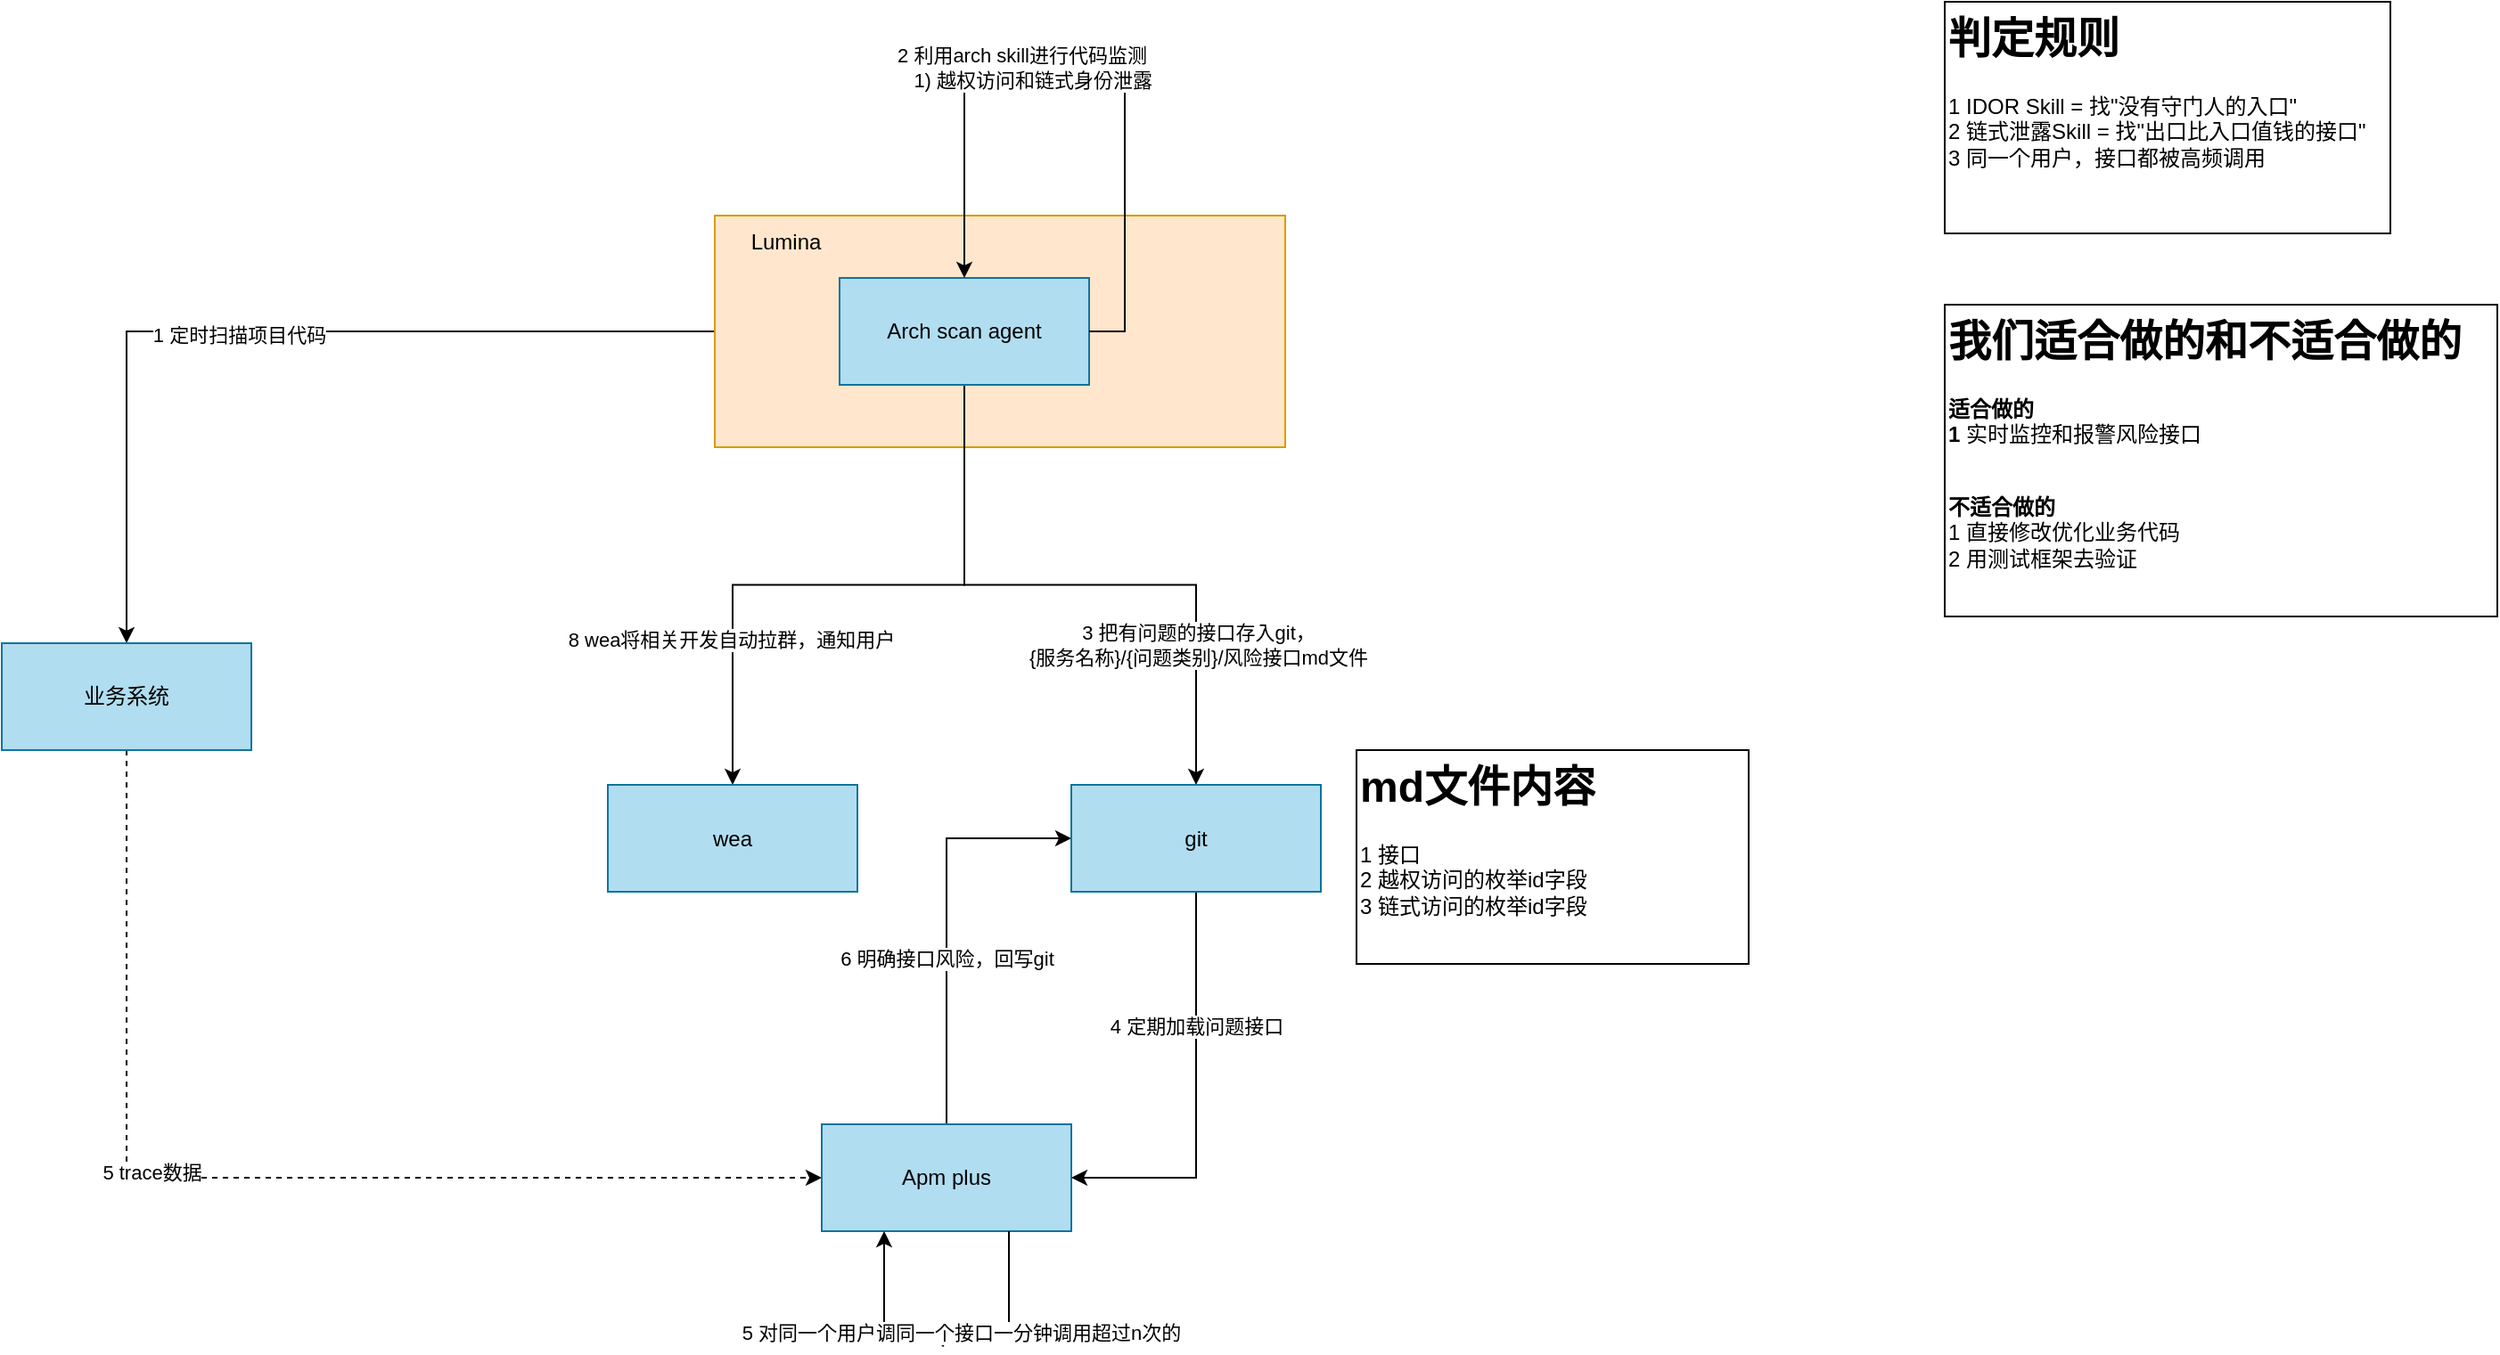
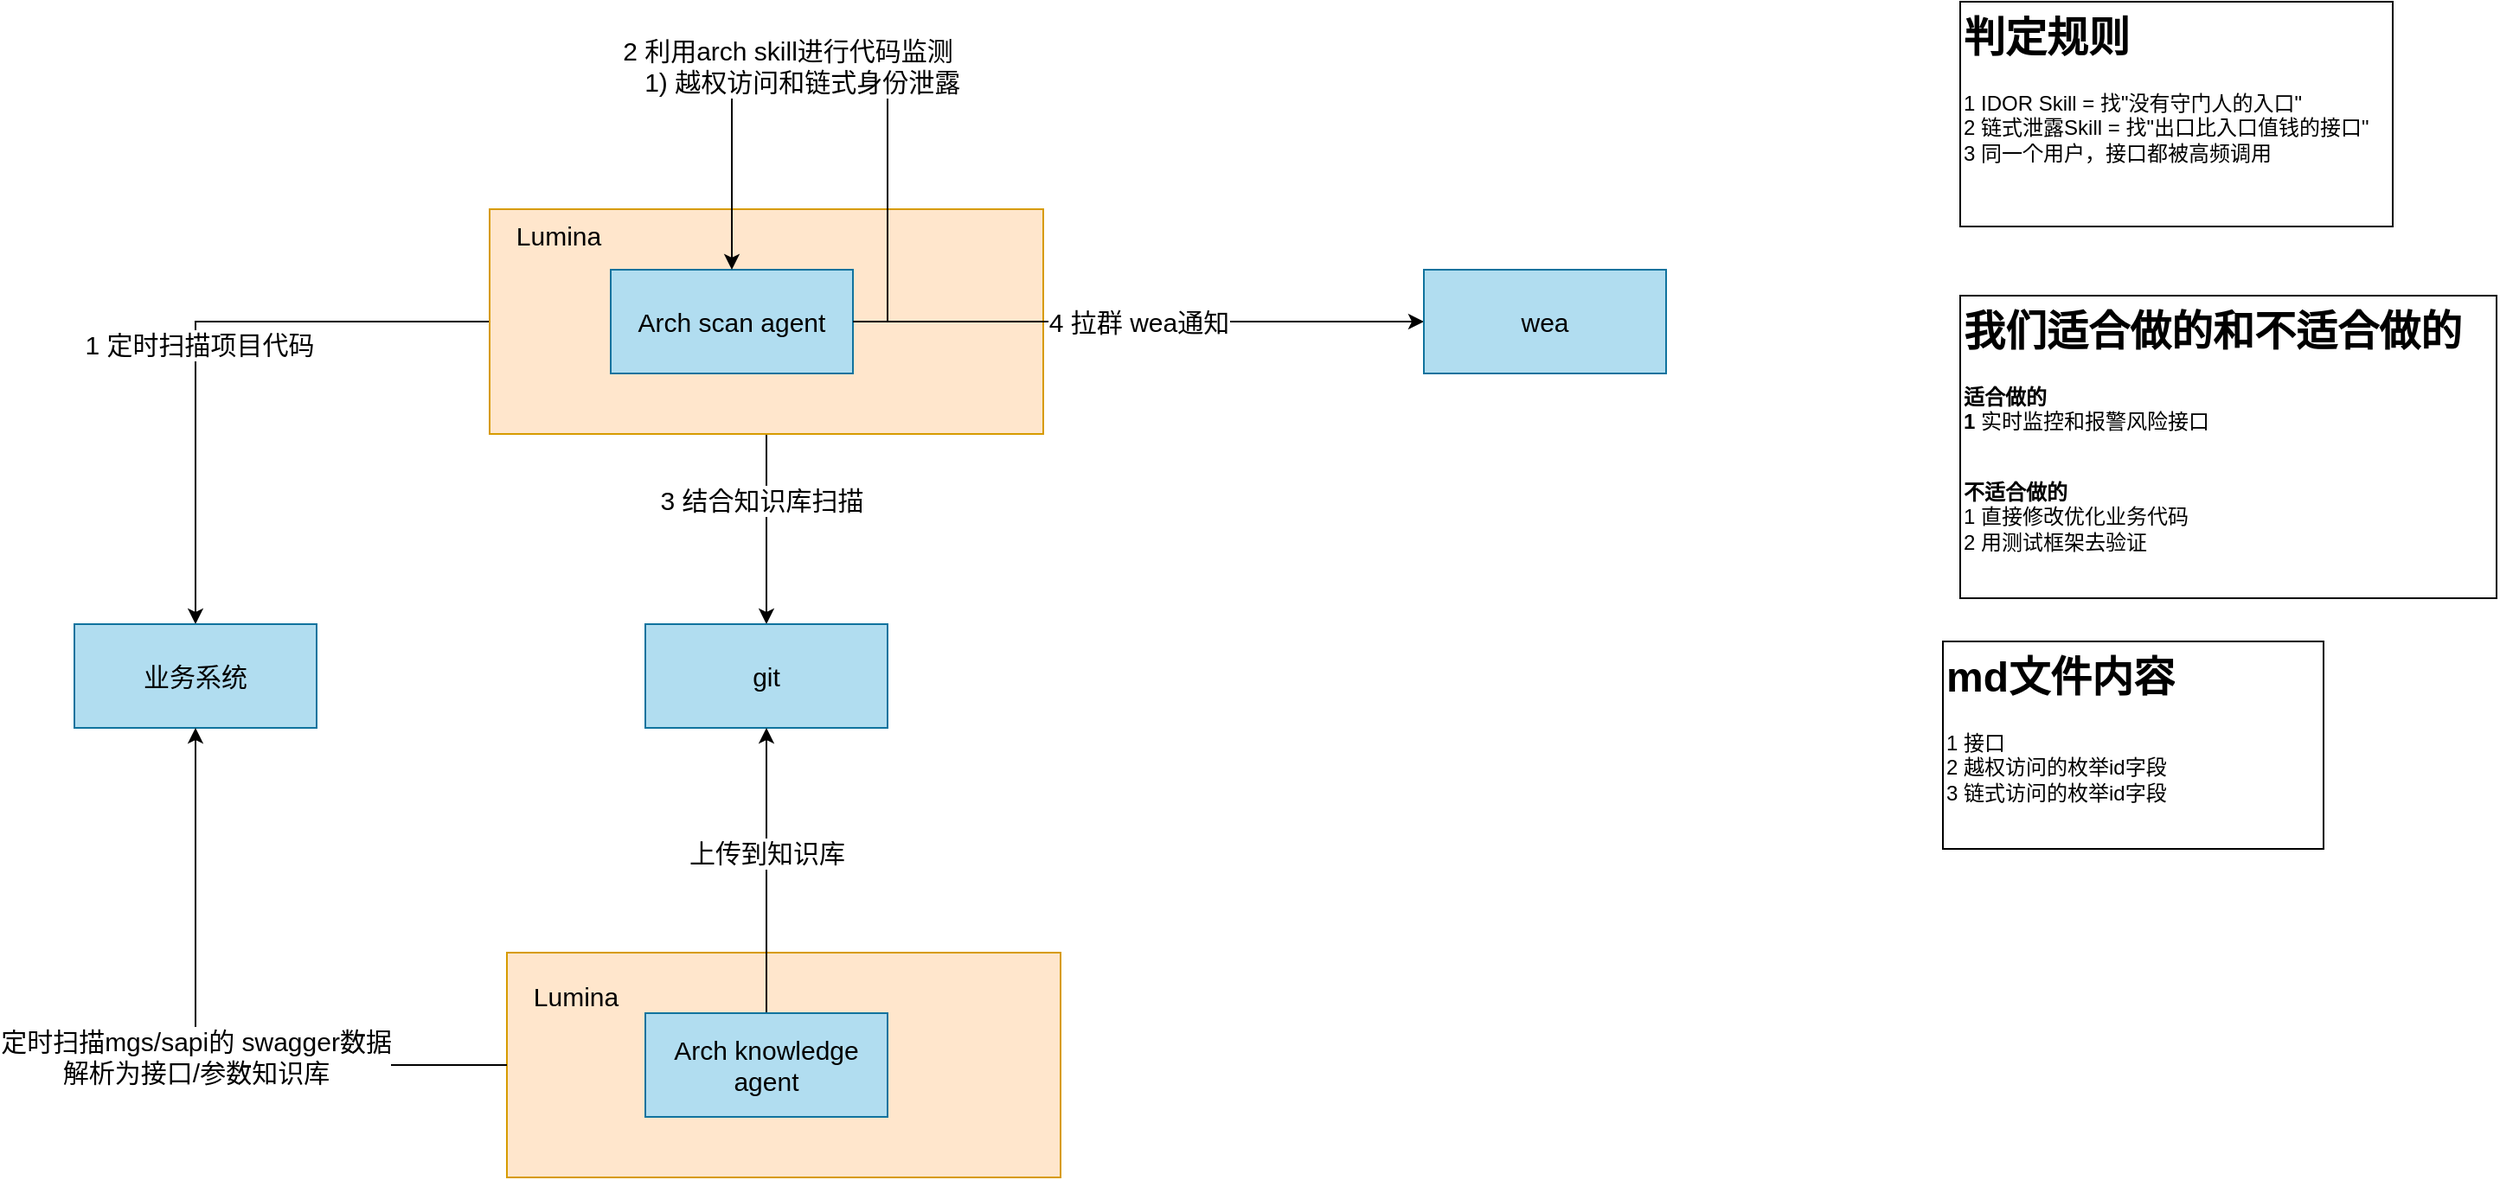
<mxfile host="app.diagrams.net">
  <diagram name="第 1 页" id="v4d0oD99BJNh_s1QToVL">
    <mxGraphModel dx="1391" dy="764" grid="1" gridSize="10" guides="1" tooltips="1" connect="1" arrows="1" fold="1" page="1" pageScale="1" pageWidth="3300" pageHeight="2339" math="0" shadow="0">
      <root>
        <mxCell id="0" />
        <mxCell id="1" parent="0" />
-         <mxCell id="BZSGkBbcOcEUag34DBB_-2" edge="1" parent="1" source="SJECwPXb0EPlWWx2axZS-5" style="edgeStyle=orthogonalEdgeStyle;rounded=0;orthogonalLoop=1;jettySize=auto;html=1;exitX=0;exitY=0.5;exitDx=0;exitDy=0;" target="BZSGkBbcOcEUag34DBB_-1">
+         <mxCell id="BZSGkBbcOcEUag34DBB_-2" edge="1" parent="1" source="SJECwPXb0EPlWWx2axZS-5" style="edgeStyle=orthogonalEdgeStyle;rounded=0;orthogonalLoop=1;jettySize=auto;html=1;exitX=0;exitY=0.5;exitDx=0;exitDy=0;fontSize=15;" target="BZSGkBbcOcEUag34DBB_-1">
          <mxGeometry relative="1" as="geometry" />
        </mxCell>
-         <mxCell id="BZSGkBbcOcEUag34DBB_-9" connectable="0" parent="BZSGkBbcOcEUag34DBB_-2" style="edgeLabel;html=1;align=center;verticalAlign=middle;resizable=0;points=[];" value="1 定时扫描项目代码" vertex="1">
+         <mxCell id="BZSGkBbcOcEUag34DBB_-9" connectable="0" parent="BZSGkBbcOcEUag34DBB_-2" style="edgeLabel;html=1;align=center;verticalAlign=middle;resizable=0;points=[];fontSize=15;" value="1 定时扫描项目代码" vertex="1">
          <mxGeometry relative="1" x="0.0582" y="2" as="geometry">
            <mxPoint as="offset" />
          </mxGeometry>
        </mxCell>
-         <mxCell id="SJECwPXb0EPlWWx2axZS-5" parent="1" style="rounded=0;whiteSpace=wrap;html=1;fillColor=#ffe6cc;strokeColor=#d79b00;" value="" vertex="1">
-           <mxGeometry height="130" width="320" x="530" y="160" as="geometry" />
-         </mxCell>
-         <mxCell id="BZSGkBbcOcEUag34DBB_-19" edge="1" parent="1" source="BZSGkBbcOcEUag34DBB_-1" style="edgeStyle=orthogonalEdgeStyle;rounded=0;orthogonalLoop=1;jettySize=auto;html=1;exitX=0.5;exitY=1;exitDx=0;exitDy=0;entryX=0;entryY=0.5;entryDx=0;entryDy=0;dashed=1;" target="BZSGkBbcOcEUag34DBB_-3">
+         <mxCell id="BZSGkBbcOcEUag34DBB_-42" edge="1" parent="1" source="SJECwPXb0EPlWWx2axZS-5" style="edgeStyle=orthogonalEdgeStyle;rounded=0;orthogonalLoop=1;jettySize=auto;html=1;exitX=0.5;exitY=1;exitDx=0;exitDy=0;" target="BZSGkBbcOcEUag34DBB_-6">
          <mxGeometry relative="1" as="geometry" />
        </mxCell>
-         <mxCell id="BZSGkBbcOcEUag34DBB_-20" connectable="0" parent="BZSGkBbcOcEUag34DBB_-19" style="edgeLabel;html=1;align=center;verticalAlign=middle;resizable=0;points=[];" value="5 trace数据" vertex="1">
-           <mxGeometry relative="1" x="-0.1937" y="3" as="geometry">
+         <mxCell id="BZSGkBbcOcEUag34DBB_-43" connectable="0" parent="BZSGkBbcOcEUag34DBB_-42" style="edgeLabel;html=1;align=center;verticalAlign=middle;resizable=0;points=[];fontSize=15;" value="3 结合知识库扫描" vertex="1">
+           <mxGeometry relative="1" x="-0.3364" y="-3" as="geometry">
+             <mxPoint y="1" as="offset" />
+           </mxGeometry>
+         </mxCell>
+         <mxCell id="SJECwPXb0EPlWWx2axZS-5" parent="1" style="rounded=0;whiteSpace=wrap;html=1;fillColor=#ffe6cc;strokeColor=#d79b00;fontSize=15;" value="" vertex="1">
+           <mxGeometry height="130" width="320" x="370" y="160" as="geometry" />
+         </mxCell>
+         <mxCell id="BZSGkBbcOcEUag34DBB_-1" parent="1" style="rounded=0;whiteSpace=wrap;html=1;fillColor=#b1ddf0;strokeColor=#10739e;fontSize=15;" value="业务系统" vertex="1">
+           <mxGeometry height="60" width="140" x="130" y="400" as="geometry" />
+         </mxCell>
+         <mxCell id="BZSGkBbcOcEUag34DBB_-46" edge="1" parent="1" source="SJECwPXb0EPlWWx2axZS-4" style="edgeStyle=orthogonalEdgeStyle;rounded=0;orthogonalLoop=1;jettySize=auto;html=1;exitX=1;exitY=0.5;exitDx=0;exitDy=0;entryX=0;entryY=0.5;entryDx=0;entryDy=0;fontSize=15;" target="BZSGkBbcOcEUag34DBB_-5" value="4 拉群 wea通知">
+           <mxGeometry relative="1" as="geometry">
            <mxPoint as="offset" />
          </mxGeometry>
        </mxCell>
-         <mxCell id="BZSGkBbcOcEUag34DBB_-1" parent="1" style="rounded=0;whiteSpace=wrap;html=1;fillColor=#b1ddf0;strokeColor=#10739e;" value="业务系统" vertex="1">
-           <mxGeometry height="60" width="140" x="130" y="400" as="geometry" />
+         <mxCell id="SJECwPXb0EPlWWx2axZS-4" parent="1" style="rounded=0;whiteSpace=wrap;html=1;fillColor=#b1ddf0;strokeColor=#10739e;fontSize=15;" value="Arch scan agent" vertex="1">
+           <mxGeometry height="60" width="140" x="440" y="195" as="geometry" />
        </mxCell>
-         <mxCell id="BZSGkBbcOcEUag34DBB_-23" edge="1" parent="1" source="BZSGkBbcOcEUag34DBB_-3" style="edgeStyle=orthogonalEdgeStyle;rounded=0;orthogonalLoop=1;jettySize=auto;html=1;exitX=0.5;exitY=0;exitDx=0;exitDy=0;entryX=0;entryY=0.5;entryDx=0;entryDy=0;" target="BZSGkBbcOcEUag34DBB_-6">
-           <mxGeometry relative="1" as="geometry" />
+         <mxCell id="BZSGkBbcOcEUag34DBB_-4" parent="1" style="text;html=1;whiteSpace=wrap;strokeColor=none;fillColor=none;align=center;verticalAlign=middle;rounded=0;fontSize=15;" value="Lumina" vertex="1">
+           <mxGeometry height="30" width="60" x="380" y="160" as="geometry" />
        </mxCell>
-         <mxCell id="BZSGkBbcOcEUag34DBB_-24" connectable="0" parent="BZSGkBbcOcEUag34DBB_-23" style="edgeLabel;html=1;align=center;verticalAlign=middle;resizable=0;points=[];" value="6 明确接口风险，回写git" vertex="1">
-           <mxGeometry relative="1" x="-0.1931" as="geometry">
-             <mxPoint as="offset" />
-           </mxGeometry>
+         <mxCell id="BZSGkBbcOcEUag34DBB_-5" parent="1" style="rounded=0;whiteSpace=wrap;html=1;fillColor=#b1ddf0;strokeColor=#10739e;fontSize=15;" value="wea" vertex="1">
+           <mxGeometry height="60" width="140" x="910" y="195" as="geometry" />
        </mxCell>
-         <mxCell id="BZSGkBbcOcEUag34DBB_-3" parent="1" style="rounded=0;whiteSpace=wrap;html=1;fillColor=#b1ddf0;strokeColor=#10739e;" value="Apm plus" vertex="1">
-           <mxGeometry height="60" width="140" x="590" y="670" as="geometry" />
+         <mxCell id="BZSGkBbcOcEUag34DBB_-6" parent="1" style="rounded=0;whiteSpace=wrap;html=1;fillColor=#b1ddf0;strokeColor=#10739e;fontSize=15;" value="git" vertex="1">
+           <mxGeometry height="60" width="140" x="460" y="400" as="geometry" />
        </mxCell>
-         <mxCell id="BZSGkBbcOcEUag34DBB_-7" edge="1" parent="1" source="SJECwPXb0EPlWWx2axZS-4" style="edgeStyle=orthogonalEdgeStyle;rounded=0;orthogonalLoop=1;jettySize=auto;html=1;exitX=0.5;exitY=1;exitDx=0;exitDy=0;" target="BZSGkBbcOcEUag34DBB_-6">
-           <mxGeometry relative="1" as="geometry" />
-         </mxCell>
-         <mxCell id="BZSGkBbcOcEUag34DBB_-14" connectable="0" parent="BZSGkBbcOcEUag34DBB_-7" style="edgeLabel;html=1;align=center;verticalAlign=middle;resizable=0;points=[];" value="3 把有问题的接口存入git，&lt;div&gt;{服务名称}/&lt;span style=&quot;background-color: light-dark(#ffffff, var(--ge-dark-color, #121212)); color: light-dark(rgb(0, 0, 0), rgb(255, 255, 255));&quot;&gt;{问题类别}/风险接口md文件&lt;/span&gt;&lt;/div&gt;" vertex="1">
-           <mxGeometry relative="1" x="0.0845" y="1" as="geometry">
-             <mxPoint x="51" y="34" as="offset" />
-           </mxGeometry>
-         </mxCell>
-         <mxCell id="BZSGkBbcOcEUag34DBB_-8" edge="1" parent="1" source="SJECwPXb0EPlWWx2axZS-4" style="edgeStyle=orthogonalEdgeStyle;rounded=0;orthogonalLoop=1;jettySize=auto;html=1;exitX=0.5;exitY=1;exitDx=0;exitDy=0;" target="BZSGkBbcOcEUag34DBB_-5">
-           <mxGeometry relative="1" as="geometry" />
-         </mxCell>
-         <mxCell id="BZSGkBbcOcEUag34DBB_-15" connectable="0" parent="BZSGkBbcOcEUag34DBB_-8" style="edgeLabel;html=1;align=center;verticalAlign=middle;resizable=0;points=[];" value="8 wea将相关开发自动拉群，通知用户" vertex="1">
-           <mxGeometry relative="1" x="0.538" y="-1" as="geometry">
-             <mxPoint as="offset" />
-           </mxGeometry>
-         </mxCell>
-         <mxCell id="SJECwPXb0EPlWWx2axZS-4" parent="1" style="rounded=0;whiteSpace=wrap;html=1;fillColor=#b1ddf0;strokeColor=#10739e;" value="Arch scan agent" vertex="1">
-           <mxGeometry height="60" width="140" x="600" y="195" as="geometry" />
-         </mxCell>
-         <mxCell id="BZSGkBbcOcEUag34DBB_-4" parent="1" style="text;html=1;whiteSpace=wrap;strokeColor=none;fillColor=none;align=center;verticalAlign=middle;rounded=0;" value="Lumina" vertex="1">
-           <mxGeometry height="30" width="60" x="540" y="160" as="geometry" />
-         </mxCell>
-         <mxCell id="BZSGkBbcOcEUag34DBB_-5" parent="1" style="rounded=0;whiteSpace=wrap;html=1;fillColor=#b1ddf0;strokeColor=#10739e;" value="wea" vertex="1">
-           <mxGeometry height="60" width="140" x="470" y="479.5" as="geometry" />
-         </mxCell>
-         <mxCell id="BZSGkBbcOcEUag34DBB_-17" edge="1" parent="1" source="BZSGkBbcOcEUag34DBB_-6" style="edgeStyle=orthogonalEdgeStyle;rounded=0;orthogonalLoop=1;jettySize=auto;html=1;exitX=0.5;exitY=1;exitDx=0;exitDy=0;entryX=1;entryY=0.5;entryDx=0;entryDy=0;" target="BZSGkBbcOcEUag34DBB_-3">
-           <mxGeometry relative="1" as="geometry" />
-         </mxCell>
-         <mxCell id="BZSGkBbcOcEUag34DBB_-18" connectable="0" parent="BZSGkBbcOcEUag34DBB_-17" style="edgeLabel;html=1;align=center;verticalAlign=middle;resizable=0;points=[];" value="4 定期加载问题接口" vertex="1">
-           <mxGeometry relative="1" x="-0.3536" as="geometry">
-             <mxPoint y="1" as="offset" />
-           </mxGeometry>
-         </mxCell>
-         <mxCell id="BZSGkBbcOcEUag34DBB_-6" parent="1" style="rounded=0;whiteSpace=wrap;html=1;fillColor=#b1ddf0;strokeColor=#10739e;" value="git" vertex="1">
-           <mxGeometry height="60" width="140" x="730" y="479.5" as="geometry" />
-         </mxCell>
-         <mxCell id="BZSGkBbcOcEUag34DBB_-12" edge="1" parent="1" source="SJECwPXb0EPlWWx2axZS-4" style="edgeStyle=orthogonalEdgeStyle;rounded=0;orthogonalLoop=1;jettySize=auto;html=1;exitX=1;exitY=0.5;exitDx=0;exitDy=0;entryX=0.5;entryY=0;entryDx=0;entryDy=0;" target="SJECwPXb0EPlWWx2axZS-4">
+         <mxCell id="BZSGkBbcOcEUag34DBB_-12" edge="1" parent="1" source="SJECwPXb0EPlWWx2axZS-4" style="edgeStyle=orthogonalEdgeStyle;rounded=0;orthogonalLoop=1;jettySize=auto;html=1;exitX=1;exitY=0.5;exitDx=0;exitDy=0;entryX=0.5;entryY=0;entryDx=0;entryDy=0;fontSize=15;" target="SJECwPXb0EPlWWx2axZS-4">
          <mxGeometry relative="1" as="geometry">
            <Array as="points">
-               <mxPoint x="760" y="225" />
-               <mxPoint x="760" y="80" />
-               <mxPoint x="670" y="80" />
+               <mxPoint x="600" y="225" />
+               <mxPoint x="600" y="80" />
+               <mxPoint x="510" y="80" />
            </Array>
          </mxGeometry>
        </mxCell>
-         <mxCell id="BZSGkBbcOcEUag34DBB_-13" connectable="0" parent="BZSGkBbcOcEUag34DBB_-12" style="edgeLabel;html=1;align=center;verticalAlign=middle;resizable=0;points=[];" value="2 利用arch skill进行代码监测&lt;div&gt;&amp;nbsp; &amp;nbsp; 1) 越权访问和链式身份泄露&lt;/div&gt;" vertex="1">
+         <mxCell id="BZSGkBbcOcEUag34DBB_-13" connectable="0" parent="BZSGkBbcOcEUag34DBB_-12" style="edgeLabel;html=1;align=center;verticalAlign=middle;resizable=0;points=[];fontSize=15;" value="2 利用arch skill进行代码监测&lt;div&gt;&amp;nbsp; &amp;nbsp; 1) 越权访问和链式身份泄露&lt;/div&gt;" vertex="1">
          <mxGeometry relative="1" x="0.2054" y="-3" as="geometry">
            <mxPoint as="offset" />
          </mxGeometry>
        </mxCell>
-         <mxCell id="BZSGkBbcOcEUag34DBB_-21" edge="1" parent="1" source="BZSGkBbcOcEUag34DBB_-3" style="edgeStyle=orthogonalEdgeStyle;rounded=0;orthogonalLoop=1;jettySize=auto;html=1;exitX=0.75;exitY=1;exitDx=0;exitDy=0;entryX=0.25;entryY=1;entryDx=0;entryDy=0;" target="BZSGkBbcOcEUag34DBB_-3" value="、">
-           <mxGeometry relative="1" as="geometry">
-             <Array as="points">
-               <mxPoint x="695" y="790" />
-               <mxPoint x="625" y="790" />
-             </Array>
-           </mxGeometry>
-         </mxCell>
-         <mxCell id="BZSGkBbcOcEUag34DBB_-22" connectable="0" parent="BZSGkBbcOcEUag34DBB_-21" style="edgeLabel;html=1;align=center;verticalAlign=middle;resizable=0;points=[];" value="5 对同一个用户调同一个接口一分钟调用超过n次的" vertex="1">
-           <mxGeometry relative="1" x="-0.0842" y="-3" as="geometry">
-             <mxPoint as="offset" />
-           </mxGeometry>
-         </mxCell>
        <mxCell id="BZSGkBbcOcEUag34DBB_-26" parent="1" style="text;html=1;whiteSpace=wrap;overflow=hidden;rounded=0;strokeColor=default;" value="&lt;h1 style=&quot;margin-top: 0px;&quot;&gt;md文件内容&lt;/h1&gt;&lt;p&gt;1 接口&lt;br&gt;2 越权访问的枚举id字段&lt;br&gt;3 链式访问的&lt;span style=&quot;background-color: transparent; color: light-dark(rgb(0, 0, 0), rgb(255, 255, 255));&quot;&gt;枚举id字段&lt;/span&gt;&lt;/p&gt;" vertex="1">
-           <mxGeometry height="120" width="220" x="890" y="460" as="geometry" />
+           <mxGeometry height="120" width="220" x="1210" y="410" as="geometry" />
        </mxCell>
        <mxCell id="BZSGkBbcOcEUag34DBB_-32" parent="1" style="text;html=1;whiteSpace=wrap;overflow=hidden;rounded=0;strokeColor=default;" value="&lt;h1 style=&quot;margin-top: 0px;&quot;&gt;判定规则&lt;/h1&gt;&lt;p&gt;1 IDOR Skill = 找&quot;没有守门人的入口&quot;&lt;span style=&quot;background-color: transparent; color: light-dark(rgb(0, 0, 0), rgb(255, 255, 255));&quot;&gt;&amp;nbsp;&lt;br&gt;2&amp;nbsp;&lt;/span&gt;&lt;span style=&quot;background-color: transparent; color: light-dark(rgb(0, 0, 0), rgb(255, 255, 255));&quot;&gt;链式泄露&lt;/span&gt;&lt;span style=&quot;background-color: transparent; color: light-dark(rgb(0, 0, 0), rgb(255, 255, 255));&quot;&gt;Skill = 找&quot;出口比入口值钱的接口&quot;&lt;br&gt;&lt;/span&gt;&lt;span style=&quot;background-color: transparent; color: light-dark(rgb(0, 0, 0), rgb(255, 255, 255));&quot;&gt;3 同一个用户，接口都被高频调用&lt;/span&gt;&lt;/p&gt;" vertex="1">
          <mxGeometry height="130" width="250" x="1220" y="40" as="geometry" />
        </mxCell>
        <mxCell id="BZSGkBbcOcEUag34DBB_-33" parent="1" style="text;html=1;whiteSpace=wrap;overflow=hidden;rounded=0;strokeColor=default;" value="&lt;h1 style=&quot;margin-top: 0px;&quot;&gt;我们适合做的和不适合做的&lt;/h1&gt;&lt;p&gt;&lt;b&gt;适合做的&lt;br&gt;&lt;/b&gt;&lt;span style=&quot;background-color: transparent; color: light-dark(rgb(0, 0, 0), rgb(255, 255, 255));&quot;&gt;&lt;b&gt;1&amp;nbsp;&lt;/b&gt;实时监控和报警风险接口&lt;br&gt;&lt;br&gt;&lt;/span&gt;&lt;/p&gt;&lt;p&gt;&lt;b&gt;不适合做的&lt;br&gt;&lt;/b&gt;&lt;span style=&quot;background-color: transparent; color: light-dark(rgb(0, 0, 0), rgb(255, 255, 255));&quot;&gt;1 直接修改优化业务代码&lt;br&gt;2 用测试框架去验证&lt;/span&gt;&lt;/p&gt;&lt;p&gt;&lt;br&gt;&lt;/p&gt;" vertex="1">
          <mxGeometry height="175" width="310" x="1220" y="210" as="geometry" />
        </mxCell>
+         <mxCell id="BZSGkBbcOcEUag34DBB_-34" parent="1" style="rounded=0;whiteSpace=wrap;html=1;fillColor=#ffe6cc;strokeColor=#d79b00;fontSize=15;" value="" vertex="1">
+           <mxGeometry height="130" width="320" x="380" y="590" as="geometry" />
+         </mxCell>
+         <mxCell id="BZSGkBbcOcEUag34DBB_-40" edge="1" parent="1" source="BZSGkBbcOcEUag34DBB_-34" style="edgeStyle=orthogonalEdgeStyle;rounded=0;orthogonalLoop=1;jettySize=auto;html=1;exitX=0;exitY=0.5;exitDx=0;exitDy=0;fontSize=15;" target="BZSGkBbcOcEUag34DBB_-1">
+           <mxGeometry relative="1" as="geometry">
+             <mxPoint x="370" y="705" as="sourcePoint" />
+           </mxGeometry>
+         </mxCell>
+         <mxCell id="BZSGkBbcOcEUag34DBB_-41" connectable="0" parent="BZSGkBbcOcEUag34DBB_-40" style="edgeLabel;html=1;align=center;verticalAlign=middle;resizable=0;points=[];fontSize=15;" value="定时扫描mgs/sapi的 swagger数据&lt;div&gt;解析为接口/参数知识库&lt;/div&gt;" vertex="1">
+           <mxGeometry relative="1" x="-0.0139" as="geometry">
+             <mxPoint as="offset" />
+           </mxGeometry>
+         </mxCell>
+         <mxCell id="BZSGkBbcOcEUag34DBB_-44" edge="1" parent="1" source="BZSGkBbcOcEUag34DBB_-35" style="edgeStyle=orthogonalEdgeStyle;rounded=0;orthogonalLoop=1;jettySize=auto;html=1;exitX=0.5;exitY=0;exitDx=0;exitDy=0;entryX=0.5;entryY=1;entryDx=0;entryDy=0;" target="BZSGkBbcOcEUag34DBB_-6">
+           <mxGeometry relative="1" as="geometry" />
+         </mxCell>
+         <mxCell id="BZSGkBbcOcEUag34DBB_-45" connectable="0" parent="BZSGkBbcOcEUag34DBB_-44" style="edgeLabel;html=1;align=center;verticalAlign=middle;resizable=0;points=[];fontSize=15;" value="上传到知识库" vertex="1">
+           <mxGeometry relative="1" x="0.1455" as="geometry">
+             <mxPoint y="1" as="offset" />
+           </mxGeometry>
+         </mxCell>
+         <mxCell id="BZSGkBbcOcEUag34DBB_-35" parent="1" style="rounded=0;whiteSpace=wrap;html=1;fillColor=#b1ddf0;strokeColor=#10739e;fontSize=15;" value="Arch knowledge agent" vertex="1">
+           <mxGeometry height="60" width="140" x="460" y="625" as="geometry" />
+         </mxCell>
+         <mxCell id="BZSGkBbcOcEUag34DBB_-36" parent="1" style="text;html=1;whiteSpace=wrap;strokeColor=none;fillColor=none;align=center;verticalAlign=middle;rounded=0;fontSize=15;" value="Lumina" vertex="1">
+           <mxGeometry height="30" width="60" x="390" y="600" as="geometry" />
+         </mxCell>
      </root>
    </mxGraphModel>
  </diagram>
</mxfile>
